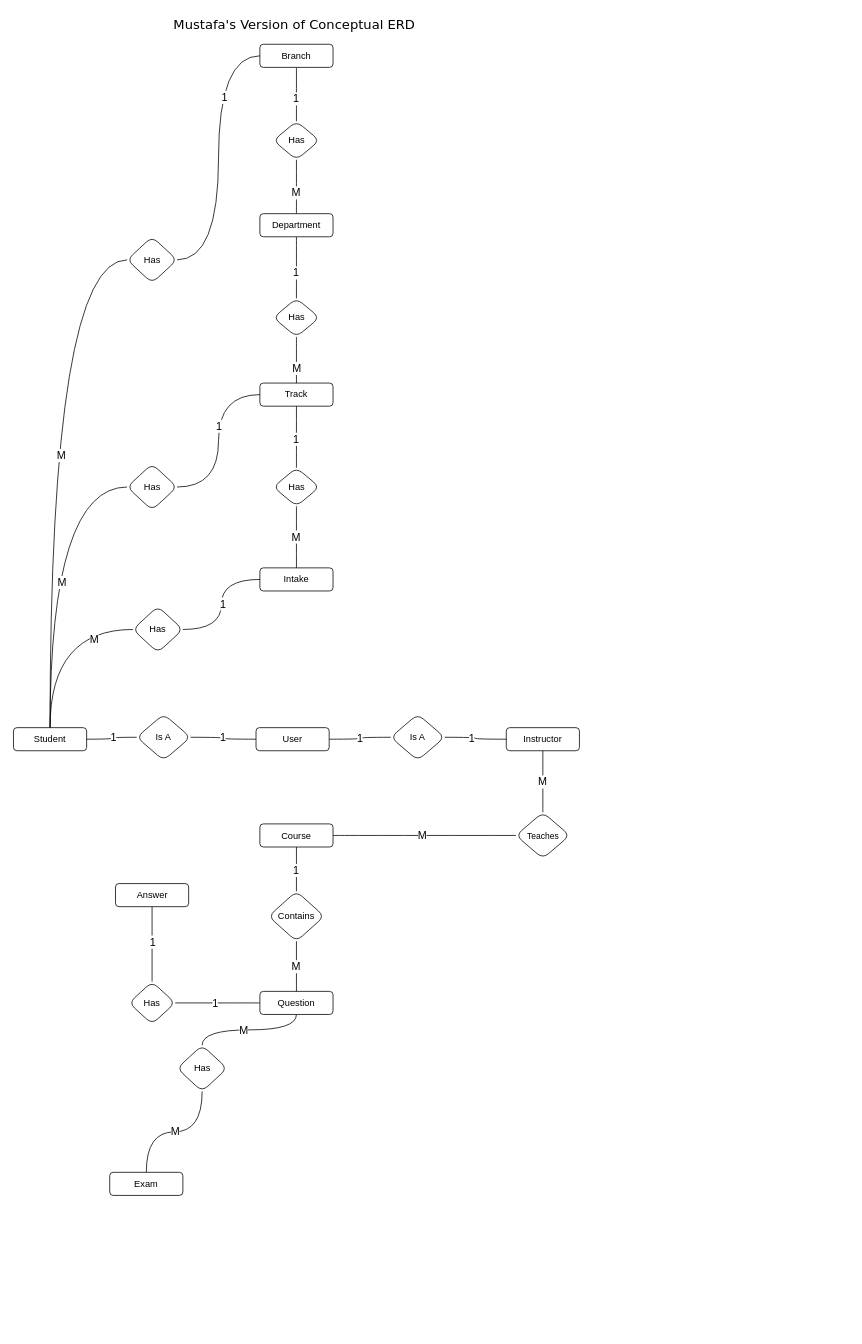
Before: ERDs/01.Conceptual/Mustafa - Conceptual ERD.drawio in call911kid/ITI-LMS, a draw.io diagram. Source tidied: cells renumbered, new cells numbered last; positions are measured from the earlier drawing's top-left corner, leaving out a move shared by most shapes. Both pictures are drawn from the tidied source at 77%, with x=0, y=0 at pixel (13, 13).
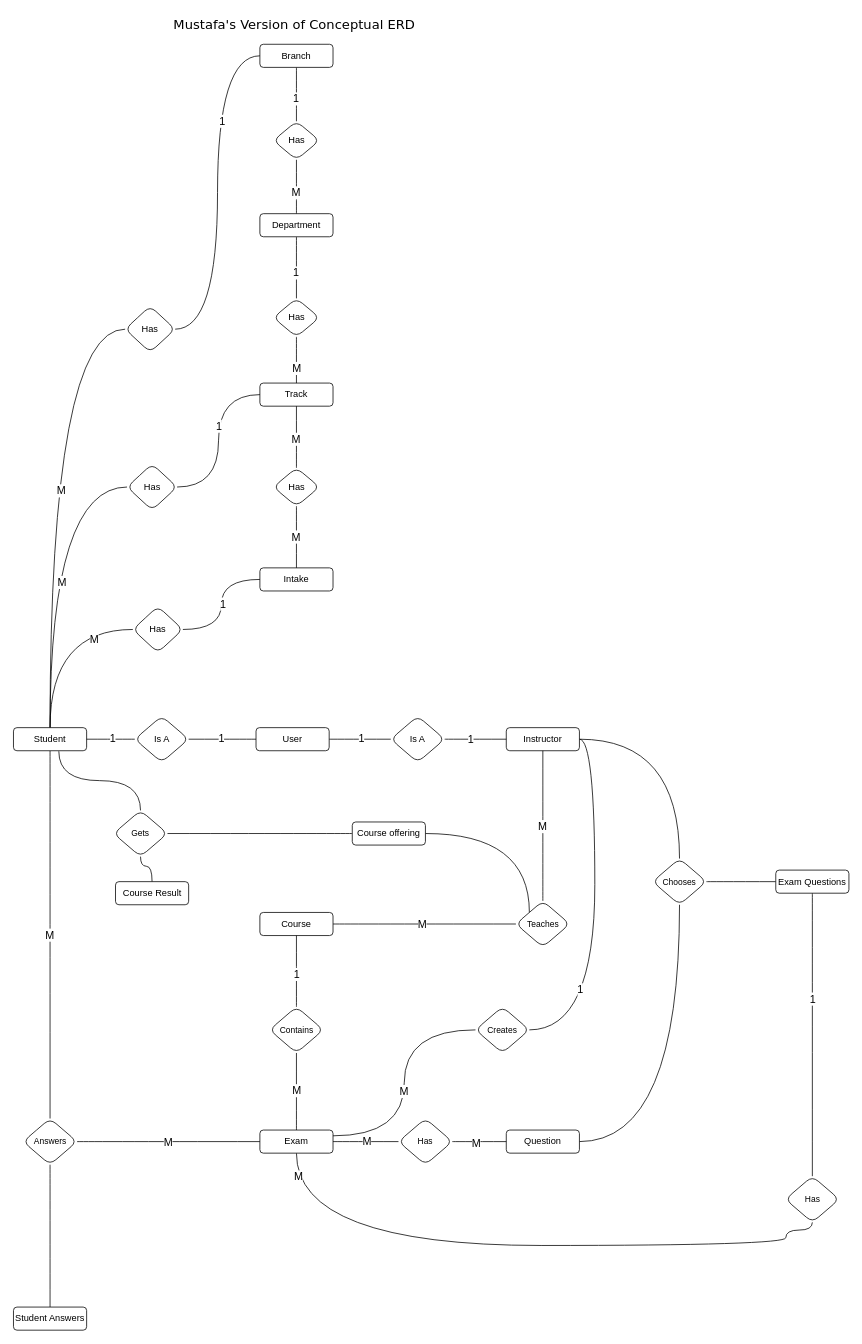
Above is the later version.

The change refers to these unchanged cells:
```xml
<mxCell id="14" value="Student" style="rounded=1;whiteSpace=wrap;html=1;" parent="1" vertex="1">
  <mxGeometry y="927.5" width="95" height="30" as="geometry" />
</mxCell>
<mxCell id="15" value="Instructor" style="rounded=1;whiteSpace=wrap;html=1;" parent="1" vertex="1">
  <mxGeometry x="640" y="927.5" width="95" height="30" as="geometry" />
</mxCell>
<mxCell id="50" style="edgeStyle=orthogonalEdgeStyle;shape=connector;curved=1;rounded=0;jettySize=auto;html=1;entryX=0.5;entryY=1;entryDx=0;entryDy=0;strokeColor=default;align=center;verticalAlign=middle;fontFamily=Helvetica;fontSize=11;fontColor=default;labelBackgroundColor=default;endArrow=none;endFill=0;" parent="1" edge="1" source="54" target="45">
  <mxGeometry relative="1" as="geometry" />
</mxCell>
<mxCell id="68" style="edgeStyle=orthogonalEdgeStyle;shape=connector;curved=1;rounded=0;jettySize=auto;html=1;entryX=0;entryY=0.5;entryDx=0;entryDy=0;strokeColor=default;align=center;verticalAlign=middle;fontFamily=Helvetica;fontSize=12;fontColor=default;labelBackgroundColor=default;endArrow=none;endFill=0;" parent="1" edge="1" source="70" target="38">
  <mxGeometry relative="1" as="geometry" />
</mxCell>
```

What changed in the source:
```diff
@@
+    <mxCell id="74" style="edgeStyle=orthogonalEdgeStyle;shape=connector;curved=1;rounded=0;jettySize=auto;html=1;entryX=0.5;entryY=0;entryDx=0;entryDy=0;strokeColor=default;align=center;verticalAlign=middle;fontFamily=Helvetica;fontSize=12;fontColor=default;labelBackgroundColor=default;endArrow=none;endFill=0;" parent="1" edge="1" source="14" target="95">
+      <mxGeometry relative="1" as="geometry" />
+    </mxCell>
+    <mxCell id="75" value="M" style="edgeLabel;html=1;align=center;verticalAlign=middle;rounded=1;strokeColor=default;fontFamily=Helvetica;fontSize=14;fontColor=default;fillColor=default;" parent="74" vertex="1">
+      <mxGeometry y="-1" relative="1" as="geometry" />
+    </mxCell>
+    <mxCell id="76" style="edgeStyle=orthogonalEdgeStyle;shape=connector;curved=1;rounded=0;jettySize=auto;html=1;entryX=0.5;entryY=0;entryDx=0;entryDy=0;strokeColor=default;align=center;verticalAlign=middle;fontFamily=Helvetica;fontSize=12;fontColor=default;labelBackgroundColor=default;endArrow=none;endFill=0;exitX=0.62;exitY=1.021;exitDx=0;exitDy=0;exitPerimeter=0;" parent="1" edge="1" source="14" target="104">
+      <mxGeometry relative="1" as="geometry" />
+    </mxCell>
@@
+    <mxCell id="77" style="edgeStyle=orthogonalEdgeStyle;shape=connector;curved=1;rounded=0;jettySize=auto;html=1;entryX=1;entryY=0.5;entryDx=0;entryDy=0;strokeColor=default;align=center;verticalAlign=middle;fontFamily=Helvetica;fontSize=12;fontColor=default;labelBackgroundColor=default;endArrow=none;endFill=0;exitX=1;exitY=0.5;exitDx=0;exitDy=0;" parent="1" edge="1" source="15" target="91">
+      <mxGeometry relative="1" as="geometry" />
+    </mxCell>
+    <mxCell id="78" value="1" style="edgeLabel;html=1;align=center;verticalAlign=middle;rounded=1;strokeColor=default;fontFamily=Helvetica;fontSize=14;fontColor=default;fillColor=default;" parent="77" vertex="1">
+      <mxGeometry x="0.39" y="-29" relative="1" as="geometry">
+        <mxPoint x="9" y="10" as="offset" />
+      </mxGeometry>
+    </mxCell>
+    <mxCell id="79" style="edgeStyle=orthogonalEdgeStyle;shape=connector;curved=1;rounded=0;jettySize=auto;html=1;entryX=0.5;entryY=0;entryDx=0;entryDy=0;strokeColor=default;align=center;verticalAlign=middle;fontFamily=Helvetica;fontSize=12;fontColor=default;labelBackgroundColor=default;endArrow=none;endFill=0;" parent="1" edge="1" source="15" target="97">
+      <mxGeometry relative="1" as="geometry" />
+    </mxCell>
@@
     <mxCell id="18" value="Course" style="rounded=1;whiteSpace=wrap;html=1;" parent="1" vertex="1">
-      <mxGeometry x="320" y="1052.5" width="95" height="30" as="geometry" />
+      <mxGeometry x="320" y="1167.5" width="95" height="30" as="geometry" />
     </mxCell>
-    <mxCell id="19" style="edgeStyle=orthogonalEdgeStyle;shape=connector;curved=1;rounded=0;jettySize=auto;html=1;strokeColor=default;align=center;verticalAlign=middle;fontFamily=Helvetica;fontSize=11;fontColor=default;labelBackgroundColor=default;endArrow=none;endFill=0;" parent="1" edge="1" source="25" target="35">
-      <mxGeometry relative="1" as="geometry" />
-    </mxCell>
-    <mxCell id="20" value="1" style="edgeLabel;html=1;align=center;verticalAlign=middle;fontFamily=Helvetica;fontSize=14;fontColor=default;labelBackgroundColor=default;" parent="19" vertex="1">
-      <mxGeometry x="-0.61" y="-1" relative="1" as="geometry">
-        <mxPoint x="-38" y="1" as="offset" />
-      </mxGeometry>
-    </mxCell>
-    <mxCell id="21" style="edgeStyle=orthogonalEdgeStyle;shape=connector;curved=1;rounded=0;jettySize=auto;html=1;entryX=0.5;entryY=0;entryDx=0;entryDy=0;strokeColor=default;align=center;verticalAlign=middle;fontFamily=Helvetica;fontSize=11;fontColor=default;labelBackgroundColor=default;endArrow=none;endFill=0;exitX=0.5;exitY=1;exitDx=0;exitDy=0;" parent="1" edge="1" source="25" target="55">
-      <mxGeometry relative="1" as="geometry" />
-    </mxCell>
-    <mxCell id="22" value="M" style="edgeLabel;html=1;align=center;verticalAlign=middle;fontFamily=Helvetica;fontSize=14;fontColor=default;labelBackgroundColor=default;" parent="21" vertex="1">
-      <mxGeometry x="-0.55" y="-6" relative="1" as="geometry">
-        <mxPoint x="-52" y="6" as="offset" />
-      </mxGeometry>
-    </mxCell>
-    <mxCell id="23" style="edgeStyle=orthogonalEdgeStyle;shape=connector;curved=1;rounded=0;jettySize=auto;html=1;strokeColor=default;align=center;verticalAlign=middle;fontFamily=Helvetica;fontSize=12;fontColor=default;labelBackgroundColor=default;endArrow=none;endFill=0;" parent="1" edge="1" source="25" target="73">
-      <mxGeometry relative="1" as="geometry" />
-    </mxCell>
-    <mxCell id="24" value="M" style="edgeLabel;html=1;align=center;verticalAlign=middle;rounded=1;strokeColor=default;fontFamily=Helvetica;fontSize=14;fontColor=default;fillColor=default;" parent="23" vertex="1">
-      <mxGeometry x="0.02" y="1" relative="1" as="geometry" />
-    </mxCell>
+    <mxCell id="80" style="edgeStyle=orthogonalEdgeStyle;shape=connector;curved=1;rounded=0;jettySize=auto;html=1;entryX=0.5;entryY=1;entryDx=0;entryDy=0;strokeColor=default;align=center;verticalAlign=middle;fontFamily=Helvetica;fontSize=12;fontColor=default;labelBackgroundColor=default;endArrow=none;endFill=0;" parent="1" edge="1" source="25" target="97">
+      <mxGeometry relative="1" as="geometry" />
+    </mxCell>
     <mxCell id="25" value="Question" style="rounded=1;whiteSpace=wrap;html=1;" parent="1" vertex="1">
-      <mxGeometry x="320" y="1270" width="95" height="30" as="geometry" />
+      <mxGeometry x="640" y="1450.1" width="95" height="30" as="geometry" />
     </mxCell>
-    <mxCell id="26" style="edgeStyle=orthogonalEdgeStyle;shape=connector;curved=1;rounded=0;jettySize=auto;html=1;strokeColor=default;align=center;verticalAlign=middle;fontFamily=Helvetica;fontSize=11;fontColor=default;labelBackgroundColor=default;endArrow=none;endFill=0;" parent="1" edge="1" source="28" target="55">
+    <mxCell id="26" style="edgeStyle=orthogonalEdgeStyle;shape=connector;curved=1;rounded=0;jettySize=auto;html=1;strokeColor=default;align=center;verticalAlign=middle;fontFamily=Helvetica;fontSize=11;fontColor=default;labelBackgroundColor=default;endArrow=none;endFill=0;entryX=0;entryY=0.5;entryDx=0;entryDy=0;" parent="1" edge="1" source="28" target="88">
       <mxGeometry relative="1" as="geometry" />
     </mxCell>
@@
+    <mxCell id="81" style="edgeStyle=orthogonalEdgeStyle;shape=connector;curved=1;rounded=0;jettySize=auto;html=1;entryX=0.5;entryY=1;entryDx=0;entryDy=0;strokeColor=default;align=center;verticalAlign=middle;fontFamily=Helvetica;fontSize=12;fontColor=default;labelBackgroundColor=default;endArrow=none;endFill=0;" parent="1" edge="1" source="28" target="73">
+      <mxGeometry relative="1" as="geometry" />
+    </mxCell>
+    <mxCell id="82" value="M" style="edgeLabel;html=1;align=center;verticalAlign=middle;rounded=1;strokeColor=default;fontFamily=Helvetica;fontSize=14;fontColor=default;fillColor=default;" parent="81" vertex="1">
+      <mxGeometry x="0.04" relative="1" as="geometry" />
+    </mxCell>
+    <mxCell id="83" style="edgeStyle=orthogonalEdgeStyle;shape=connector;curved=1;rounded=0;jettySize=auto;html=1;strokeColor=default;align=center;verticalAlign=middle;fontFamily=Helvetica;fontSize=12;fontColor=default;labelBackgroundColor=default;endArrow=none;endFill=0;entryX=0.5;entryY=1;entryDx=0;entryDy=0;exitX=0.5;exitY=1;exitDx=0;exitDy=0;" parent="1" edge="1" source="28" target="107">
+      <mxGeometry relative="1" as="geometry">
+        <Array as="points">
+          <mxPoint x="368" y="1600" />
+          <mxPoint x="1003" y="1600" />
+          <mxPoint x="1003" y="1580" />
+          <mxPoint x="1038" y="1580" />
+        </Array>
+      </mxGeometry>
+    </mxCell>
+    <mxCell id="84" value="M" style="edgeLabel;html=1;align=center;verticalAlign=middle;rounded=1;strokeColor=default;fontFamily=Helvetica;fontSize=14;fontColor=default;fillColor=default;" parent="83" vertex="1">
+      <mxGeometry x="-0.67" y="29" relative="1" as="geometry">
+        <mxPoint x="-13" y="-61" as="offset" />
+      </mxGeometry>
+    </mxCell>
     <mxCell id="28" value="Exam" style="rounded=1;whiteSpace=wrap;html=1;" parent="1" vertex="1">
-      <mxGeometry x="125" y="1505" width="95" height="30" as="geometry" />
+      <mxGeometry x="320" y="1450.1" width="95" height="30" as="geometry" />
     </mxCell>
@@
     <mxCell id="31" value="Teaches" style="rhombus;whiteSpace=wrap;html=1;fontFamily=Helvetica;fontSize=11;fontColor=default;labelBackgroundColor=default;rounded=1;" parent="1" vertex="1">
-      <mxGeometry x="652.5" y="1037.5" width="70" height="60" as="geometry" />
+      <mxGeometry x="652.5" y="1152.5" width="70" height="60" as="geometry" />
     </mxCell>
-    <mxCell id="32" value="Answer" style="rounded=1;whiteSpace=wrap;html=1;" parent="1" vertex="1">
-      <mxGeometry x="132.5" y="1130" width="95" height="30" as="geometry" />
-    </mxCell>
-    <mxCell id="33" style="edgeStyle=orthogonalEdgeStyle;shape=connector;curved=1;rounded=0;jettySize=auto;html=1;strokeColor=default;align=center;verticalAlign=middle;fontFamily=Helvetica;fontSize=11;fontColor=default;labelBackgroundColor=default;endArrow=none;endFill=0;" parent="1" edge="1" source="35" target="32">
-      <mxGeometry relative="1" as="geometry" />
-    </mxCell>
-    <mxCell id="34" value="1" style="edgeLabel;html=1;align=center;verticalAlign=middle;fontFamily=Helvetica;fontSize=14;fontColor=default;labelBackgroundColor=default;" parent="33" vertex="1">
-      <mxGeometry x="0.05" y="-1" relative="1" as="geometry">
-        <mxPoint x="-1" y="-1" as="offset" />
-      </mxGeometry>
-    </mxCell>
-    <mxCell id="35" value="Has" style="rhombus;whiteSpace=wrap;html=1;rounded=1;" parent="1" vertex="1">
-      <mxGeometry x="150" y="1257.5" width="60" height="55" as="geometry" />
-    </mxCell>
@@
-    <mxCell id="51" value="1" style="edgeLabel;html=1;align=center;verticalAlign=middle;rounded=1;strokeColor=default;fontFamily=Helvetica;fontSize=14;fontColor=default;fillColor=default;" parent="50" vertex="1">
+    <mxCell id="51" value="M" style="edgeLabel;html=1;align=center;verticalAlign=middle;rounded=1;strokeColor=default;fontFamily=Helvetica;fontSize=14;fontColor=default;fillColor=default;" parent="50" vertex="1">
       <mxGeometry x="-0.04" y="1" relative="1" as="geometry" />
     </mxCell>
@@
-    <mxCell id="55" value="Has" style="rhombus;whiteSpace=wrap;html=1;rounded=1;" parent="1" vertex="1">
-      <mxGeometry x="212.5" y="1340" width="65" height="60" as="geometry" />
-    </mxCell>
@@
     <mxCell id="58" value="Is A" style="rhombus;whiteSpace=wrap;html=1;rounded=1;" parent="1" vertex="1">
-      <mxGeometry x="490" y="910" width="70" height="60" as="geometry" />
+      <mxGeometry x="490" y="912.5" width="70" height="60" as="geometry" />
     </mxCell>
@@
     <mxCell id="61" value="Is A" style="rhombus;whiteSpace=wrap;html=1;rounded=1;" parent="1" vertex="1">
-      <mxGeometry x="160" y="910" width="70" height="60" as="geometry" />
+      <mxGeometry x="157.5" y="912.5" width="70" height="60" as="geometry" />
     </mxCell>
@@
     <mxCell id="69" value="1" style="edgeLabel;html=1;align=center;verticalAlign=middle;rounded=1;strokeColor=default;fontFamily=Helvetica;fontSize=14;fontColor=default;fillColor=default;" parent="68" vertex="1">
       <mxGeometry x="0.42" y="-7" relative="1" as="geometry">
-        <mxPoint y="-1" as="offset" />
+        <mxPoint x="-2" y="4" as="offset" />
       </mxGeometry>
     </mxCell>
     <mxCell id="70" value="Has" style="rhombus;whiteSpace=wrap;html=1;rounded=1;" parent="1" vertex="1">
-      <mxGeometry x="147.5" y="290" width="65" height="60" as="geometry" />
+      <mxGeometry x="145" y="380" width="65" height="60" as="geometry" />
     </mxCell>
-    <mxCell id="71" style="edgeStyle=orthogonalEdgeStyle;shape=connector;curved=1;rounded=0;jettySize=auto;html=1;entryX=0.5;entryY=1;entryDx=0;entryDy=0;strokeColor=default;align=center;verticalAlign=middle;fontFamily=Helvetica;fontSize=12;fontColor=default;labelBackgroundColor=default;endArrow=none;endFill=0;" parent="1" edge="1" source="73" target="18">
+    <mxCell id="71" style="edgeStyle=orthogonalEdgeStyle;shape=connector;curved=1;rounded=0;jettySize=auto;html=1;strokeColor=default;align=center;verticalAlign=middle;fontFamily=Helvetica;fontSize=12;fontColor=default;labelBackgroundColor=default;endArrow=none;endFill=0;" parent="1" edge="1" source="73" target="18">
       <mxGeometry relative="1" as="geometry" />
     </mxCell>
-    <mxCell id="72" value="1" style="edgeLabel;html=1;align=center;verticalAlign=middle;rounded=1;strokeColor=default;fontFamily=Helvetica;fontSize=14;fontColor=default;fillColor=default;" parent="71" vertex="1">
-      <mxGeometry x="-0.01" y="1" relative="1" as="geometry" />
-    </mxCell>
+    <mxCell id="85" value="1" style="edgeLabel;html=1;align=center;verticalAlign=middle;rounded=1;strokeColor=default;fontFamily=Helvetica;fontSize=14;fontColor=default;fillColor=default;" parent="71" vertex="1">
+      <mxGeometry x="-0.07" relative="1" as="geometry" />
+    </mxCell>
-    <mxCell id="73" value="Contains" style="rhombus;whiteSpace=wrap;html=1;rounded=1;" parent="1" vertex="1">
-      <mxGeometry x="331.2" y="1140" width="72.5" height="65" as="geometry" />
+    <mxCell id="73" value="Contains" style="rhombus;whiteSpace=wrap;html=1;fontFamily=Helvetica;fontSize=11;fontColor=default;labelBackgroundColor=default;rounded=1;" parent="1" vertex="1">
+      <mxGeometry x="332.5" y="1290" width="70" height="60" as="geometry" />
     </mxCell>
+    <mxCell id="86" style="edgeStyle=orthogonalEdgeStyle;shape=connector;curved=1;rounded=0;jettySize=auto;html=1;strokeColor=default;align=center;verticalAlign=middle;fontFamily=Helvetica;fontSize=12;fontColor=default;labelBackgroundColor=default;endArrow=none;endFill=0;" parent="1" edge="1" source="88" target="25">
+      <mxGeometry relative="1" as="geometry" />
+    </mxCell>
+    <mxCell id="87" value="M" style="edgeLabel;html=1;align=center;verticalAlign=middle;rounded=1;strokeColor=default;fontFamily=Helvetica;fontSize=14;fontColor=default;fillColor=default;" parent="86" vertex="1">
+      <mxGeometry x="-0.11" y="-1" relative="1" as="geometry">
+        <mxPoint x="-1" as="offset" />
+      </mxGeometry>
+    </mxCell>
+    <mxCell id="88" value="Has" style="rhombus;whiteSpace=wrap;html=1;fontFamily=Helvetica;fontSize=11;fontColor=default;labelBackgroundColor=default;rounded=1;" parent="1" vertex="1">
+      <mxGeometry x="500" y="1435.1" width="70" height="60" as="geometry" />
+    </mxCell>
+    <mxCell id="89" style="edgeStyle=orthogonalEdgeStyle;shape=connector;curved=1;rounded=0;jettySize=auto;html=1;entryX=1;entryY=0.25;entryDx=0;entryDy=0;strokeColor=default;align=center;verticalAlign=middle;fontFamily=Helvetica;fontSize=12;fontColor=default;labelBackgroundColor=default;endArrow=none;endFill=0;" parent="1" edge="1" source="91" target="28">
+      <mxGeometry relative="1" as="geometry" />
+    </mxCell>
+    <mxCell id="90" value="M" style="edgeLabel;html=1;align=center;verticalAlign=middle;rounded=1;strokeColor=default;fontFamily=Helvetica;fontSize=14;fontColor=default;fillColor=default;" parent="89" vertex="1">
+      <mxGeometry x="0.07" y="-1" relative="1" as="geometry">
+        <mxPoint y="-1" as="offset" />
+      </mxGeometry>
+    </mxCell>
+    <mxCell id="91" value="Creates" style="rhombus;whiteSpace=wrap;html=1;fontFamily=Helvetica;fontSize=11;fontColor=default;labelBackgroundColor=default;rounded=1;" parent="1" vertex="1">
+      <mxGeometry x="600" y="1290" width="70" height="60" as="geometry" />
+    </mxCell>
+    <mxCell id="92" style="edgeStyle=orthogonalEdgeStyle;shape=connector;curved=1;rounded=0;jettySize=auto;html=1;entryX=0;entryY=0.5;entryDx=0;entryDy=0;strokeColor=default;align=center;verticalAlign=middle;fontFamily=Helvetica;fontSize=12;fontColor=default;labelBackgroundColor=default;endArrow=none;endFill=0;exitX=1;exitY=0.5;exitDx=0;exitDy=0;" parent="1" edge="1" source="95" target="28">
+      <mxGeometry relative="1" as="geometry" />
+    </mxCell>
+    <mxCell id="93" value="M" style="edgeLabel;html=1;align=center;verticalAlign=middle;rounded=1;strokeColor=default;fontFamily=Helvetica;fontSize=14;fontColor=default;fillColor=default;" parent="92" vertex="1">
+      <mxGeometry x="0.2" y="6" relative="1" as="geometry">
+        <mxPoint x="-25" y="6" as="offset" />
+      </mxGeometry>
+    </mxCell>
+    <mxCell id="94" style="edgeStyle=orthogonalEdgeStyle;shape=connector;curved=1;rounded=0;jettySize=auto;html=1;entryX=0.5;entryY=0;entryDx=0;entryDy=0;strokeColor=default;align=center;verticalAlign=middle;fontFamily=Helvetica;fontSize=12;fontColor=default;labelBackgroundColor=default;endArrow=none;endFill=0;" parent="1" edge="1" source="95" target="108">
+      <mxGeometry relative="1" as="geometry" />
+    </mxCell>
+    <mxCell id="95" value="Answers" style="rhombus;whiteSpace=wrap;html=1;fontFamily=Helvetica;fontSize=11;fontColor=default;labelBackgroundColor=default;rounded=1;" parent="1" vertex="1">
+      <mxGeometry x="12.5" y="1435.1" width="70" height="60" as="geometry" />
+    </mxCell>
+    <mxCell id="96" style="edgeStyle=orthogonalEdgeStyle;shape=connector;curved=1;rounded=0;jettySize=auto;html=1;strokeColor=default;align=center;verticalAlign=middle;fontFamily=Helvetica;fontSize=12;fontColor=default;labelBackgroundColor=default;endArrow=none;endFill=0;" parent="1" edge="1" source="97" target="100">
+      <mxGeometry relative="1" as="geometry" />
+    </mxCell>
+    <mxCell id="97" value="Chooses" style="rhombus;whiteSpace=wrap;html=1;fontFamily=Helvetica;fontSize=11;fontColor=default;labelBackgroundColor=default;rounded=1;" parent="1" vertex="1">
+      <mxGeometry x="830" y="1097.5" width="70" height="60" as="geometry" />
+    </mxCell>
+    <mxCell id="98" style="edgeStyle=orthogonalEdgeStyle;shape=connector;curved=1;rounded=0;jettySize=auto;html=1;strokeColor=default;align=center;verticalAlign=middle;fontFamily=Helvetica;fontSize=12;fontColor=default;labelBackgroundColor=default;endArrow=none;endFill=0;" parent="1" edge="1" source="100" target="107">
+      <mxGeometry relative="1" as="geometry" />
+    </mxCell>
+    <mxCell id="99" value="1" style="edgeLabel;html=1;align=center;verticalAlign=middle;rounded=1;strokeColor=default;fontFamily=Helvetica;fontSize=14;fontColor=default;fillColor=default;" parent="98" vertex="1">
+      <mxGeometry x="-0.26" relative="1" as="geometry">
+        <mxPoint y="1" as="offset" />
+      </mxGeometry>
+    </mxCell>
+    <mxCell id="100" value="Exam Questions" style="rounded=1;whiteSpace=wrap;html=1;" parent="1" vertex="1">
+      <mxGeometry x="990" y="1112.5" width="95" height="30" as="geometry" />
+    </mxCell>
+    <mxCell id="101" style="edgeStyle=orthogonalEdgeStyle;shape=connector;curved=1;rounded=0;jettySize=auto;html=1;entryX=0;entryY=0;entryDx=0;entryDy=0;strokeColor=default;align=center;verticalAlign=middle;fontFamily=Helvetica;fontSize=12;fontColor=default;labelBackgroundColor=default;endArrow=none;endFill=0;" parent="1" edge="1" source="103" target="31">
+      <mxGeometry relative="1" as="geometry" />
+    </mxCell>
+    <mxCell id="102" style="edgeStyle=orthogonalEdgeStyle;shape=connector;curved=1;rounded=0;jettySize=auto;html=1;entryX=1;entryY=0.5;entryDx=0;entryDy=0;strokeColor=default;align=center;verticalAlign=middle;fontFamily=Helvetica;fontSize=12;fontColor=default;labelBackgroundColor=default;endArrow=none;endFill=0;" parent="1" edge="1" source="103" target="104">
+      <mxGeometry relative="1" as="geometry" />
+    </mxCell>
+    <mxCell id="103" value="Course offering" style="rounded=1;whiteSpace=wrap;html=1;" parent="1" vertex="1">
+      <mxGeometry x="440" y="1050" width="95" height="30" as="geometry" />
+    </mxCell>
+    <mxCell id="104" value="Gets" style="rhombus;whiteSpace=wrap;html=1;fontFamily=Helvetica;fontSize=11;fontColor=default;labelBackgroundColor=default;rounded=1;" parent="1" vertex="1">
+      <mxGeometry x="130" y="1035" width="70" height="60" as="geometry" />
+    </mxCell>
+    <mxCell id="105" style="edgeStyle=orthogonalEdgeStyle;shape=connector;curved=1;rounded=0;jettySize=auto;html=1;strokeColor=default;align=center;verticalAlign=middle;fontFamily=Helvetica;fontSize=12;fontColor=default;labelBackgroundColor=default;endArrow=none;endFill=0;" parent="1" edge="1" source="106" target="104">
+      <mxGeometry relative="1" as="geometry" />
+    </mxCell>
+    <mxCell id="106" value="Course Result" style="rounded=1;whiteSpace=wrap;html=1;" parent="1" vertex="1">
+      <mxGeometry x="132.5" y="1127.5" width="95" height="30" as="geometry" />
+    </mxCell>
+    <mxCell id="107" value="Has" style="rhombus;whiteSpace=wrap;html=1;fontFamily=Helvetica;fontSize=11;fontColor=default;labelBackgroundColor=default;rounded=1;" parent="1" vertex="1">
+      <mxGeometry x="1002.5" y="1510" width="70" height="60" as="geometry" />
+    </mxCell>
+    <mxCell id="108" value="Student Answers" style="rounded=1;whiteSpace=wrap;html=1;" parent="1" vertex="1">
+      <mxGeometry y="1680" width="95" height="30" as="geometry" />
+    </mxCell>
```
